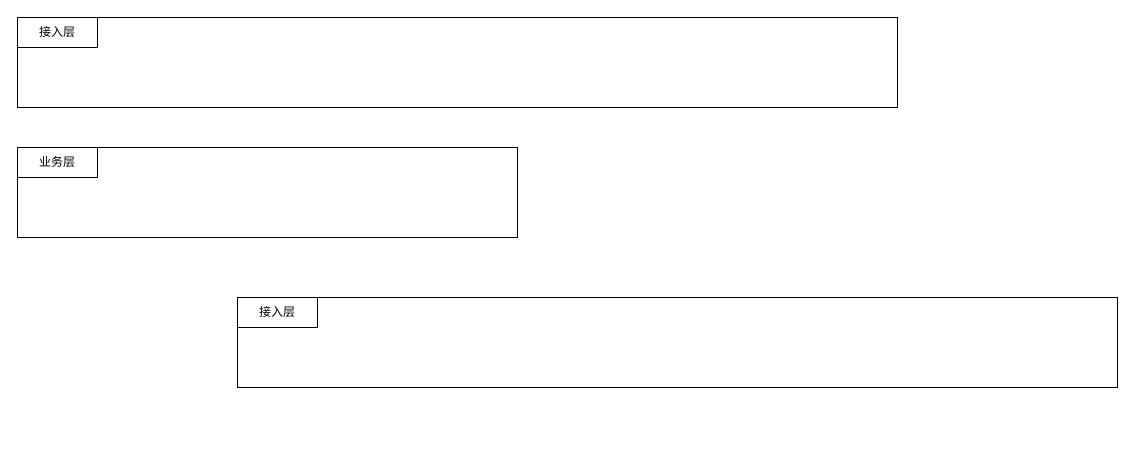
The draw.io diagram 2020H2架构图.drawio in SaturnRings/draw, before the edit. Source tidied: cells renumbered, new cells numbered last; positions are measured from the earlier drawing's top-left corner, leaving out a move shared by most shapes. Both pictures are drawn from the tidied source at 100%, with x=0, y=0 at pixel (17, 17).
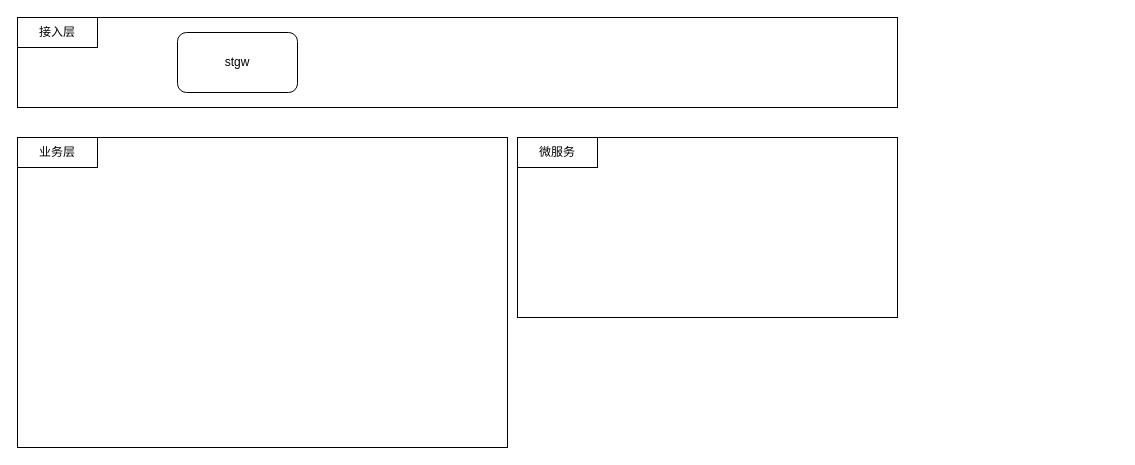
The same diagram, later.

The edit, as a diff of the source:
```diff
@@
 <mxGraphModel>
   <root>
     <mxCell id="0" />
     <mxCell id="1" parent="0" />
     <mxCell id="2" style="rounded=0;whiteSpace=wrap;html=1;" parent="1" vertex="1">
       <mxGeometry width="880" height="90" as="geometry" />
     </mxCell>
     <mxCell id="3" value="接入层" style="rounded=0;whiteSpace=wrap;html=1;" parent="1" vertex="1">
       <mxGeometry width="80" height="30" as="geometry" />
     </mxCell>
     <mxCell id="4" style="rounded=0;whiteSpace=wrap;html=1;" parent="1" vertex="1">
-      <mxGeometry y="130" width="500" height="90" as="geometry" />
+      <mxGeometry y="120" width="490" height="310" as="geometry" />
     </mxCell>
     <mxCell id="5" value="业务层" style="rounded=0;whiteSpace=wrap;html=1;" parent="1" vertex="1">
-      <mxGeometry y="130" width="80" height="30" as="geometry" />
+      <mxGeometry y="120" width="80" height="30" as="geometry" />
     </mxCell>
     <mxCell id="6" style="rounded=0;whiteSpace=wrap;html=1;" parent="1" vertex="1">
-      <mxGeometry x="220" y="280" width="880" height="90" as="geometry" />
+      <mxGeometry x="500" y="120" width="380" height="180" as="geometry" />
     </mxCell>
-    <mxCell id="7" value="接入层" style="rounded=0;whiteSpace=wrap;html=1;" parent="1" vertex="1">
-      <mxGeometry x="220" y="280" width="80" height="30" as="geometry" />
+    <mxCell id="7" value="微服务" style="rounded=0;whiteSpace=wrap;html=1;" parent="1" vertex="1">
+      <mxGeometry x="500" y="120" width="80" height="30" as="geometry" />
     </mxCell>
+    <mxCell id="8" value="stgw" style="rounded=1;whiteSpace=wrap;html=1;" parent="1" vertex="1">
+      <mxGeometry x="160" y="15" width="120" height="60" as="geometry" />
+    </mxCell>
   </root>
 </mxGraphModel>
```
